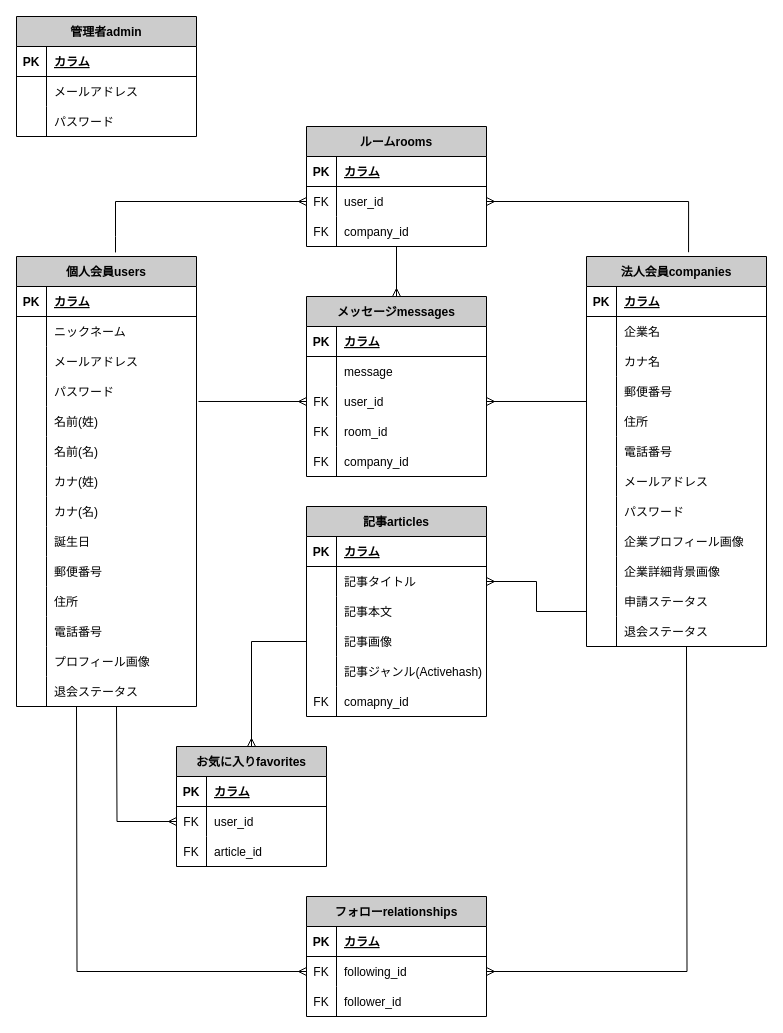
Earlier version of the draw.io diagram table.drawio (sakaiyoshiaki/e-score). Source tidied: cells renumbered, new cells numbered last; positions are measured from the earlier drawing's top-left corner, leaving out a move shared by most shapes. Both pictures are drawn from the tidied source at 100%, with x=0, y=0 at pixel (16, 16).
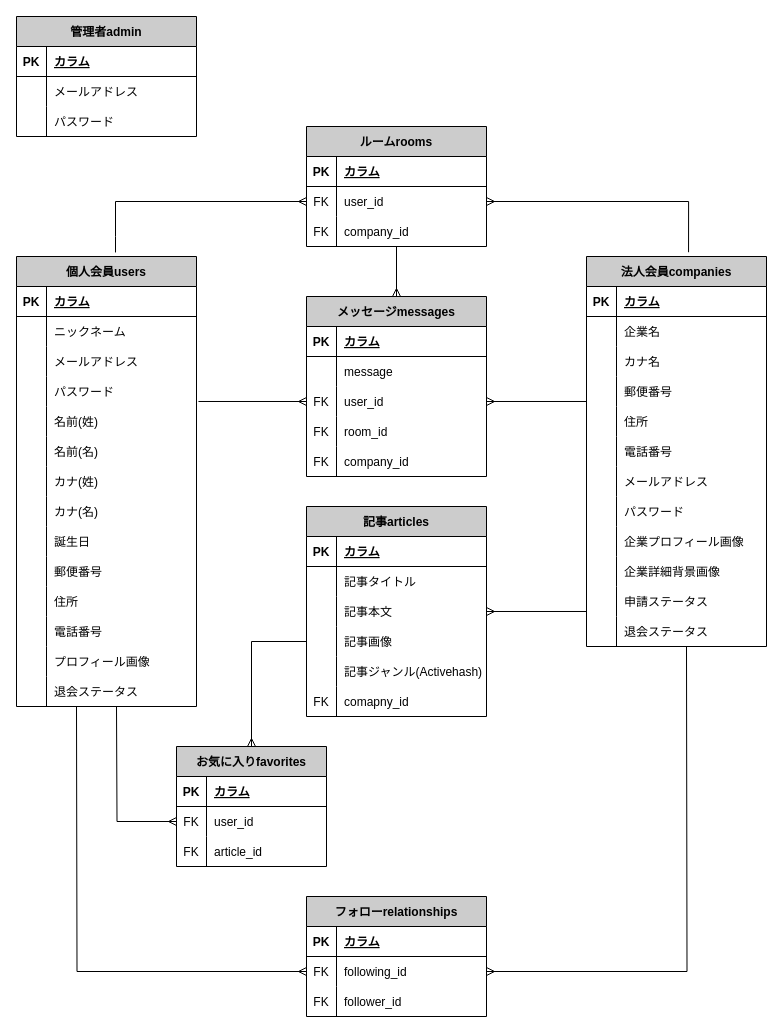
The same diagram, later.

Unchanged cells that the change refers to:
```xml
<mxCell id="76" style="shape=partialRectangle;fillColor=none;top=0;left=0;bottom=0;right=0;points=[[0,0.5],[1,0.5]];portConstraint=eastwest;" parent="45" vertex="1">
  <mxGeometry y="330" width="180" height="30" as="geometry" />
</mxCell>
<mxCell id="86" style="shape=partialRectangle;fillColor=none;top=0;left=0;bottom=0;right=0;points=[[0,0.5],[1,0.5]];portConstraint=eastwest;" parent="82" vertex="1">
  <mxGeometry y="60" width="180" height="30" as="geometry" />
</mxCell>
<mxCell id="89" style="shape=partialRectangle;fillColor=none;top=0;left=0;bottom=0;right=0;points=[[0,0.5],[1,0.5]];portConstraint=eastwest;" parent="82" vertex="1">
  <mxGeometry y="90" width="180" height="30" as="geometry" />
</mxCell>
```

Change to the diagram source:
```diff
@@
-    <mxCell id="166" style="edgeStyle=orthogonalEdgeStyle;rounded=0;jettySize=auto;html=1;exitX=1;exitY=0.5;exitDx=0;exitDy=0;entryX=0;entryY=0.833;entryDx=0;entryDy=0;entryPerimeter=0;startArrow=ERmany;startFill=0;endArrow=none;endFill=0;strokeColor=#000000;fontColor=#000000;" parent="1" edge="1" source="86" target="76">
-      <mxGeometry relative="1" as="geometry" />
-    </mxCell>
+    <mxCell id="167" style="edgeStyle=orthogonalEdgeStyle;rounded=0;jettySize=auto;html=1;exitX=1;exitY=0.5;exitDx=0;exitDy=0;entryX=0;entryY=0.833;entryDx=0;entryDy=0;entryPerimeter=0;startArrow=ERmany;startFill=0;endArrow=none;endFill=0;strokeColor=#000000;" parent="1" edge="1" source="89" target="76">
+      <mxGeometry relative="1" as="geometry" />
+    </mxCell>
```
